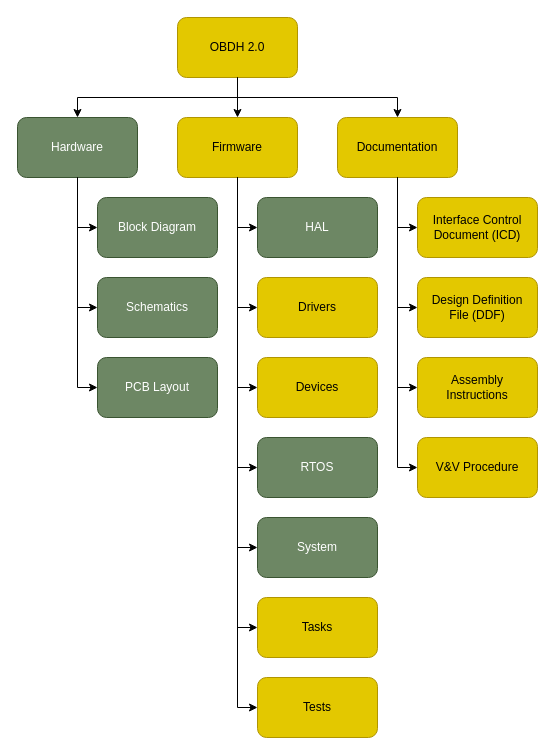
Before: doc/user_manual/figures/product-tree.drawio in spacelab-ufsc/obdh2, a draw.io diagram. Source tidied: cells renumbered, new cells numbered last; positions are measured from the earlier drawing's top-left corner, leaving out a move shared by most shapes. Both pictures are drawn from the tidied source at 100%, with x=0, y=0 at pixel (17, 17).
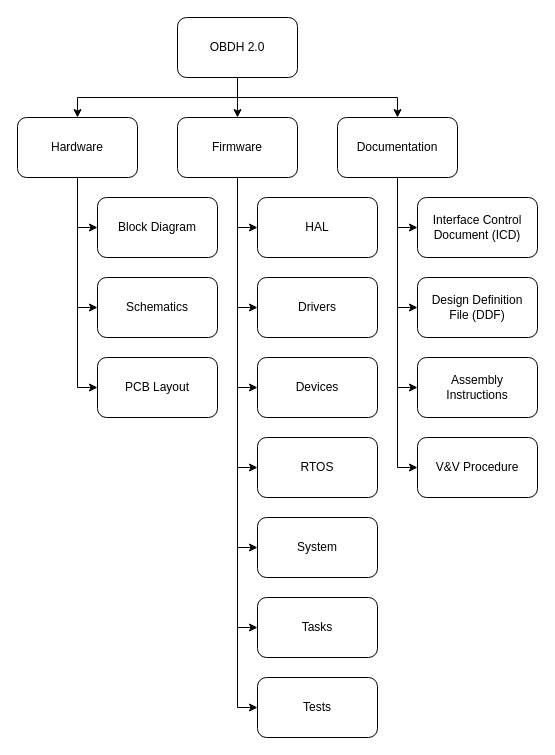
The same diagram, later.

The edit, as a diff of the source:
```diff
@@
-    <mxCell id="2" value="OBDH 2.0" style="rounded=1;whiteSpace=wrap;html=1;fillColor=#e3c800;fontColor=#000000;strokeColor=#B09500;" parent="1" vertex="1">
+    <mxCell id="2" value="OBDH 2.0" style="rounded=1;whiteSpace=wrap;html=1;" parent="1" vertex="1">
       <mxGeometry x="160" width="120" height="60" as="geometry" />
     </mxCell>
-    <mxCell id="3" value="Hardware" style="rounded=1;whiteSpace=wrap;html=1;fillColor=#6d8764;fontColor=#ffffff;strokeColor=#3A5431;" parent="1" vertex="1">
+    <mxCell id="3" value="Hardware" style="rounded=1;whiteSpace=wrap;html=1;" parent="1" vertex="1">
       <mxGeometry y="100" width="120" height="60" as="geometry" />
     </mxCell>
-    <mxCell id="4" value="Firmware" style="rounded=1;whiteSpace=wrap;html=1;fillColor=#e3c800;fontColor=#000000;strokeColor=#B09500;" parent="1" vertex="1">
+    <mxCell id="4" value="Firmware" style="rounded=1;whiteSpace=wrap;html=1;" parent="1" vertex="1">
       <mxGeometry x="160" y="100" width="120" height="60" as="geometry" />
     </mxCell>
-    <mxCell id="5" value="Documentation" style="rounded=1;whiteSpace=wrap;html=1;fillColor=#e3c800;fontColor=#000000;strokeColor=#B09500;" parent="1" vertex="1">
+    <mxCell id="5" value="Documentation" style="rounded=1;whiteSpace=wrap;html=1;" parent="1" vertex="1">
       <mxGeometry x="320" y="100" width="120" height="60" as="geometry" />
     </mxCell>
@@
-    <mxCell id="9" value="Interface Control&lt;br&gt;Document (ICD)" style="rounded=1;whiteSpace=wrap;html=1;fillColor=#e3c800;fontColor=#000000;strokeColor=#B09500;" parent="1" vertex="1">
+    <mxCell id="9" value="Interface Control&lt;br&gt;Document (ICD)" style="rounded=1;whiteSpace=wrap;html=1;" parent="1" vertex="1">
       <mxGeometry x="400" y="180" width="120" height="60" as="geometry" />
     </mxCell>
-    <mxCell id="10" value="Design Definition&lt;br&gt;File (DDF)" style="rounded=1;whiteSpace=wrap;html=1;fillColor=#e3c800;fontColor=#000000;strokeColor=#B09500;" parent="1" vertex="1">
+    <mxCell id="10" value="Design Definition&lt;br&gt;File (DDF)" style="rounded=1;whiteSpace=wrap;html=1;" parent="1" vertex="1">
       <mxGeometry x="400" y="260" width="120" height="60" as="geometry" />
     </mxCell>
-    <mxCell id="11" value="Block Diagram" style="rounded=1;whiteSpace=wrap;html=1;fillColor=#6d8764;fontColor=#ffffff;strokeColor=#3A5431;" parent="1" vertex="1">
+    <mxCell id="11" value="Block Diagram" style="rounded=1;whiteSpace=wrap;html=1;" parent="1" vertex="1">
       <mxGeometry x="80" y="180" width="120" height="60" as="geometry" />
     </mxCell>
-    <mxCell id="12" value="Schematics" style="rounded=1;whiteSpace=wrap;html=1;fillColor=#6d8764;fontColor=#ffffff;strokeColor=#3A5431;" parent="1" vertex="1">
+    <mxCell id="12" value="Schematics" style="rounded=1;whiteSpace=wrap;html=1;" parent="1" vertex="1">
       <mxGeometry x="80" y="260" width="120" height="60" as="geometry" />
     </mxCell>
-    <mxCell id="13" value="PCB Layout" style="rounded=1;whiteSpace=wrap;html=1;fillColor=#6d8764;fontColor=#ffffff;strokeColor=#3A5431;" parent="1" vertex="1">
+    <mxCell id="13" value="PCB Layout" style="rounded=1;whiteSpace=wrap;html=1;" parent="1" vertex="1">
       <mxGeometry x="80" y="340" width="120" height="60" as="geometry" />
     </mxCell>
@@
-    <mxCell id="17" value="HAL" style="rounded=1;whiteSpace=wrap;html=1;fillColor=#6d8764;fontColor=#ffffff;strokeColor=#3A5431;" parent="1" vertex="1">
+    <mxCell id="17" value="HAL" style="rounded=1;whiteSpace=wrap;html=1;" parent="1" vertex="1">
       <mxGeometry x="240" y="180" width="120" height="60" as="geometry" />
     </mxCell>
-    <mxCell id="18" value="Drivers" style="rounded=1;whiteSpace=wrap;html=1;fillColor=#e3c800;fontColor=#000000;strokeColor=#B09500;" parent="1" vertex="1">
+    <mxCell id="18" value="Drivers" style="rounded=1;whiteSpace=wrap;html=1;" parent="1" vertex="1">
       <mxGeometry x="240" y="260" width="120" height="60" as="geometry" />
     </mxCell>
-    <mxCell id="19" value="Devices" style="rounded=1;whiteSpace=wrap;html=1;fillColor=#e3c800;fontColor=#000000;strokeColor=#B09500;" parent="1" vertex="1">
+    <mxCell id="19" value="Devices" style="rounded=1;whiteSpace=wrap;html=1;" parent="1" vertex="1">
       <mxGeometry x="240" y="340" width="120" height="60" as="geometry" />
     </mxCell>
-    <mxCell id="20" value="RTOS" style="rounded=1;whiteSpace=wrap;html=1;fillColor=#6d8764;fontColor=#ffffff;strokeColor=#3A5431;" parent="1" vertex="1">
+    <mxCell id="20" value="RTOS" style="rounded=1;whiteSpace=wrap;html=1;" parent="1" vertex="1">
       <mxGeometry x="240" y="420" width="120" height="60" as="geometry" />
     </mxCell>
-    <mxCell id="21" value="System" style="rounded=1;whiteSpace=wrap;html=1;fillColor=#6d8764;fontColor=#ffffff;strokeColor=#3A5431;" parent="1" vertex="1">
+    <mxCell id="21" value="System" style="rounded=1;whiteSpace=wrap;html=1;" parent="1" vertex="1">
       <mxGeometry x="240" y="500" width="120" height="60" as="geometry" />
     </mxCell>
-    <mxCell id="22" value="Tasks" style="rounded=1;whiteSpace=wrap;html=1;fillColor=#e3c800;fontColor=#000000;strokeColor=#B09500;" parent="1" vertex="1">
+    <mxCell id="22" value="Tasks" style="rounded=1;whiteSpace=wrap;html=1;" parent="1" vertex="1">
       <mxGeometry x="240" y="580" width="120" height="60" as="geometry" />
     </mxCell>
-    <mxCell id="23" value="Tests" style="rounded=1;whiteSpace=wrap;html=1;fillColor=#e3c800;fontColor=#000000;strokeColor=#B09500;" parent="1" vertex="1">
+    <mxCell id="23" value="Tests" style="rounded=1;whiteSpace=wrap;html=1;" parent="1" vertex="1">
       <mxGeometry x="240" y="660" width="120" height="60" as="geometry" />
     </mxCell>
@@
-    <mxCell id="33" value="Assembly&lt;br&gt;Instructions" style="rounded=1;whiteSpace=wrap;html=1;fillColor=#e3c800;fontColor=#000000;strokeColor=#B09500;" parent="1" vertex="1">
+    <mxCell id="33" value="Assembly&lt;br&gt;Instructions" style="rounded=1;whiteSpace=wrap;html=1;" parent="1" vertex="1">
       <mxGeometry x="400" y="340" width="120" height="60" as="geometry" />
     </mxCell>
@@
-    <mxCell id="35" value="V&amp;amp;V Procedure" style="rounded=1;whiteSpace=wrap;html=1;fillColor=#e3c800;fontColor=#000000;strokeColor=#B09500;" parent="1" vertex="1">
+    <mxCell id="35" value="V&amp;amp;V Procedure" style="rounded=1;whiteSpace=wrap;html=1;" parent="1" vertex="1">
       <mxGeometry x="400" y="420" width="120" height="60" as="geometry" />
     </mxCell>
```
